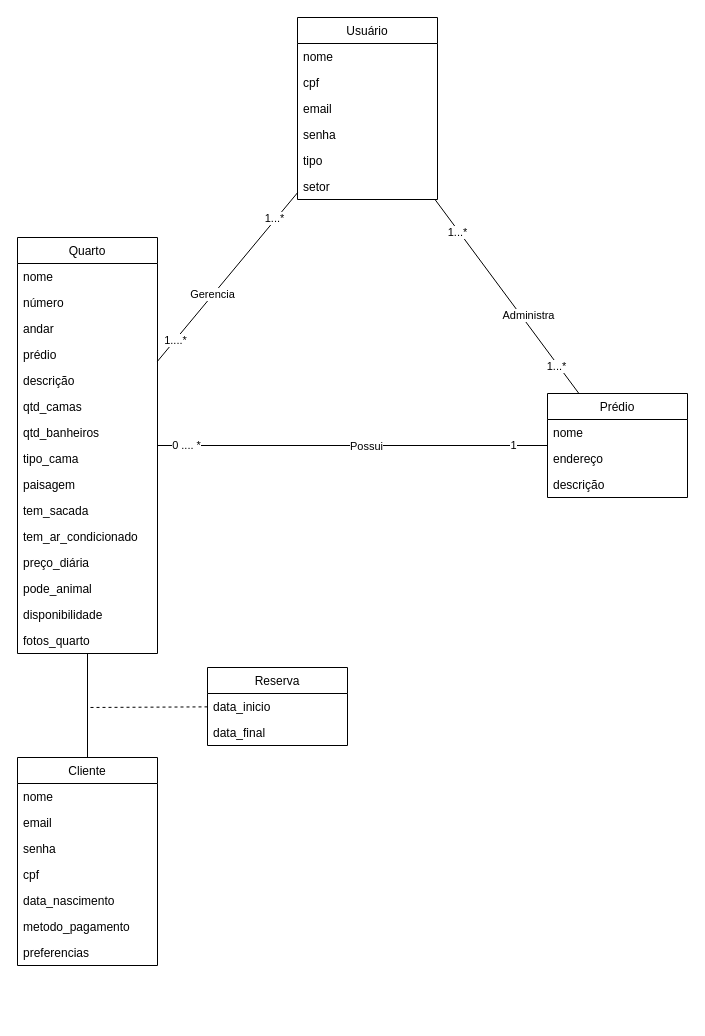
Before: diagramas/classe/classe_analise.drawio in Marco-ACosta/trabalho_hotelaria, a draw.io diagram. Source tidied: cells renumbered, new cells numbered last; positions are measured from the earlier drawing's top-left corner, leaving out a move shared by most shapes. Both pictures are drawn from the tidied source at 100%, with x=0, y=0 at pixel (17, 17).
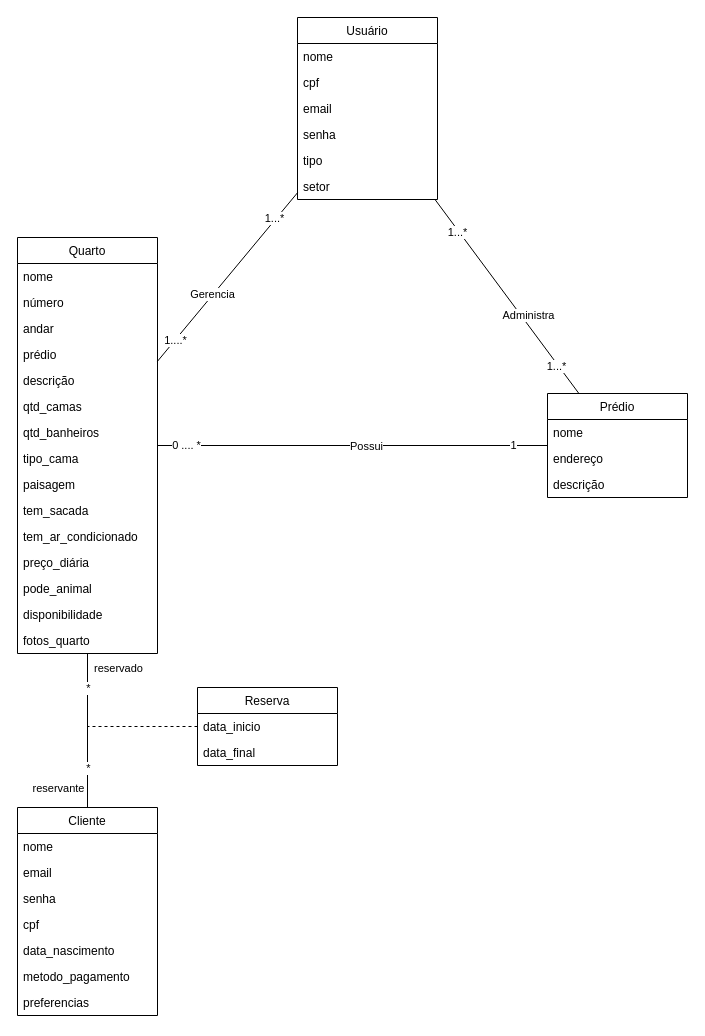
Above is the later version.

Commit message (it also covers changes not shown here):
fix class diagram cardinality

The change refers to these unchanged cells:
```xml
<mxCell id="26" style="edgeStyle=none;html=1;endArrow=none;endFill=0;" parent="1" edge="1" source="27" target="6">
  <mxGeometry relative="1" as="geometry" />
</mxCell>
```

The edit, as a diff of the source:
```diff
@@
+    <mxCell id="54" value="reservante" style="edgeLabel;html=1;align=center;verticalAlign=middle;" parent="26" vertex="1">
+      <mxGeometry x="0.75" y="2" relative="1" as="geometry">
+        <mxPoint x="-28" y="115" as="offset" />
+      </mxGeometry>
+    </mxCell>
+    <mxCell id="55" value="reservado" style="edgeLabel;html=1;align=center;verticalAlign=middle;" parent="26" vertex="1">
+      <mxGeometry x="-0.66" y="-1" relative="1" as="geometry">
+        <mxPoint x="29" y="-114" as="offset" />
+      </mxGeometry>
+    </mxCell>
+    <mxCell id="56" value="*" style="edgeLabel;html=1;align=center;verticalAlign=middle;" parent="26" vertex="1">
+      <mxGeometry x="-0.53" relative="1" as="geometry">
+        <mxPoint y="-4" as="offset" />
+      </mxGeometry>
+    </mxCell>
+    <mxCell id="57" value="*" style="edgeLabel;html=1;align=center;verticalAlign=middle;" parent="26" vertex="1">
+      <mxGeometry x="0.86" relative="1" as="geometry">
+        <mxPoint y="23" as="offset" />
+      </mxGeometry>
+    </mxCell>
     <mxCell id="27" value="Cliente" style="swimlane;fontStyle=0;horizontal=1;startSize=26;fillColor=none;" parent="1" vertex="1">
-      <mxGeometry y="740" width="140" height="208" as="geometry" />
+      <mxGeometry y="790" width="140" height="208" as="geometry" />
     </mxCell>
@@
     <mxCell id="35" style="edgeStyle=none;html=1;endArrow=none;endFill=0;dashed=1;" parent="1" edge="1" source="36">
       <mxGeometry relative="1" as="geometry">
-        <mxPoint x="70" y="690" as="targetPoint" />
+        <mxPoint x="70" y="709" as="targetPoint" />
       </mxGeometry>
     </mxCell>
     <mxCell id="36" value="Reserva" style="swimlane;fontStyle=0;horizontal=1;startSize=26;fillColor=none;" parent="1" vertex="1">
-      <mxGeometry x="190" y="650" width="140" height="78" as="geometry" />
+      <mxGeometry x="180" y="670" width="140" height="78" as="geometry" />
     </mxCell>
```
